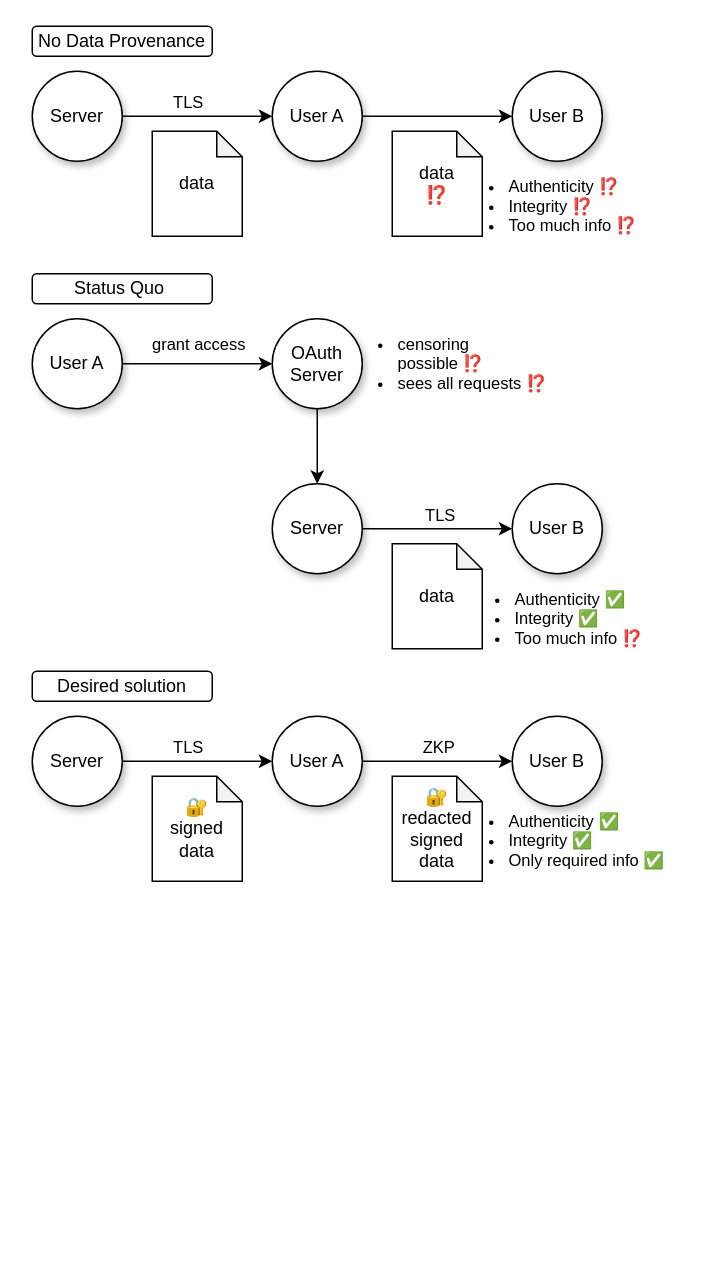
This is diagrams/data_provenance.drawio from tlsnotary/docs-mdbook, a draw.io file, before an edit. Source tidied: cells renumbered, new cells numbered last; positions are measured from the earlier drawing's top-left corner, leaving out a move shared by most shapes. Both pictures are drawn from the tidied source at 150%, with x=0, y=0 at pixel (32, 26).
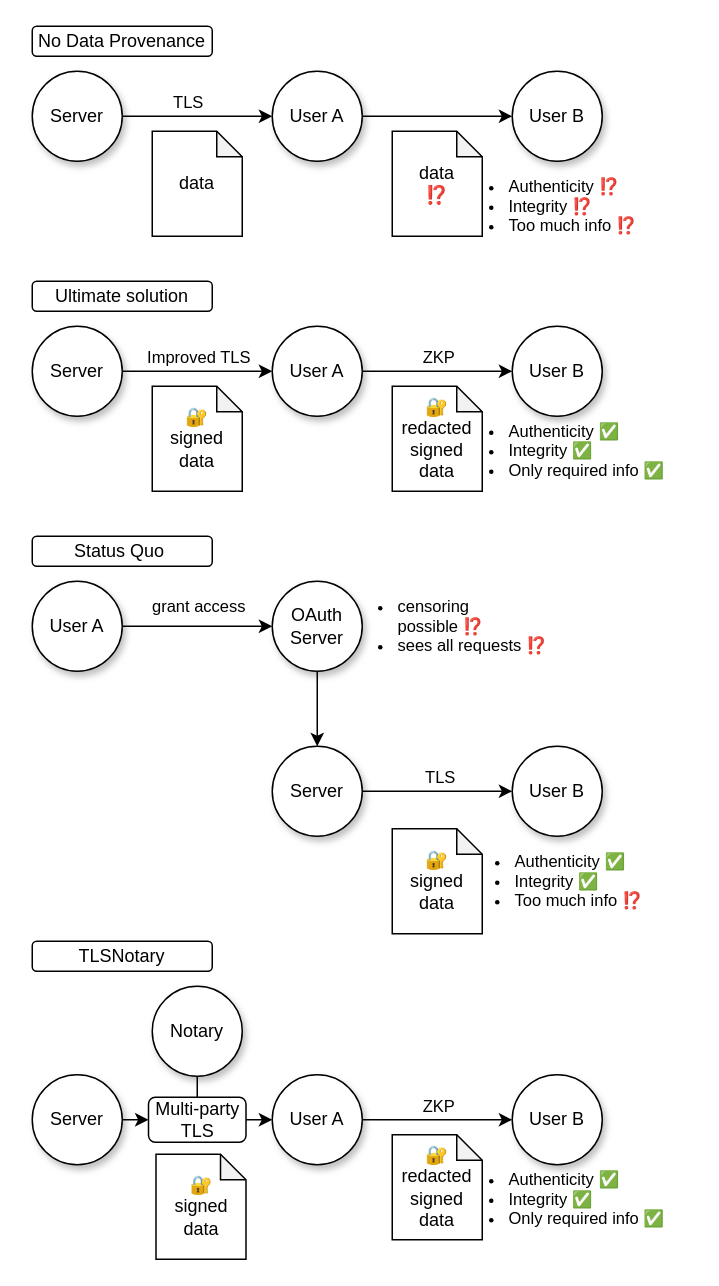
After the change.

Change to the diagram source:
```diff
@@
+    <mxCell id="33" value="No Data Provenance" style="rounded=1;whiteSpace=wrap;html=1;" parent="1" vertex="1">
+      <mxGeometry width="120" height="20" as="geometry" />
+    </mxCell>
+    <mxCell id="34" value="Status Quo&amp;nbsp;" style="rounded=1;whiteSpace=wrap;html=1;" parent="1" vertex="1">
+      <mxGeometry y="340" width="120" height="20" as="geometry" />
+    </mxCell>
+    <mxCell id="35" value="Ultimate solution" style="rounded=1;whiteSpace=wrap;html=1;" parent="1" vertex="1">
+      <mxGeometry y="170" width="120" height="20" as="geometry" />
+    </mxCell>
+    <mxCell id="36" value="TLSNotary" style="rounded=1;whiteSpace=wrap;html=1;" parent="1" vertex="1">
+      <mxGeometry y="610" width="120" height="20" as="geometry" />
+    </mxCell>
+    <mxCell id="37" style="group;" parent="1" vertex="1">
+      <mxGeometry y="30" width="412" height="120" as="geometry" />
+    </mxCell>
-    <mxCell id="2" value="Server" style="ellipse;whiteSpace=wrap;html=1;shadow=1;" parent="1" vertex="1">
-      <mxGeometry y="30" width="60" height="60" as="geometry" />
+    <mxCell id="2" value="Server" style="ellipse;whiteSpace=wrap;html=1;shadow=1;" parent="37" vertex="1">
+      <mxGeometry width="60" height="60" as="geometry" />
     </mxCell>
-    <mxCell id="3" style="edgeStyle=orthogonalEdgeStyle;rounded=0;jettySize=auto;html=1;exitX=1;exitY=0.5;exitDx=0;exitDy=0;entryX=0;entryY=0.5;entryDx=0;entryDy=0;" parent="1" edge="1" source="4" target="5">
-      <mxGeometry relative="1" as="geometry" />
-    </mxCell>
-    <mxCell id="4" value="User A" style="ellipse;whiteSpace=wrap;html=1;shadow=1;" parent="1" vertex="1">
-      <mxGeometry x="160" y="30" width="60" height="60" as="geometry" />
+    <mxCell id="4" value="User A" style="ellipse;whiteSpace=wrap;html=1;shadow=1;" parent="37" vertex="1">
+      <mxGeometry x="160" width="60" height="60" as="geometry" />
     </mxCell>
-    <mxCell id="5" value="User B" style="ellipse;whiteSpace=wrap;html=1;shadow=1;" parent="1" vertex="1">
-      <mxGeometry x="320" y="30" width="60" height="60" as="geometry" />
+    <mxCell id="5" value="User B" style="ellipse;whiteSpace=wrap;html=1;shadow=1;" parent="37" vertex="1">
+      <mxGeometry x="320" width="60" height="60" as="geometry" />
     </mxCell>
+    <mxCell id="3" style="edgeStyle=orthogonalEdgeStyle;rounded=0;jettySize=auto;html=1;exitX=1;exitY=0.5;exitDx=0;exitDy=0;entryX=0;entryY=0.5;entryDx=0;entryDy=0;" parent="37" edge="1" source="4" target="5">
+      <mxGeometry relative="1" as="geometry" />
+    </mxCell>
-    <mxCell id="6" style="endArrow=classic;html=1;rounded=0;exitX=1;exitY=0.5;exitDx=0;exitDy=0;" parent="1" edge="1" source="2" target="4">
+    <mxCell id="6" style="endArrow=classic;html=1;rounded=0;exitX=1;exitY=0.5;exitDx=0;exitDy=0;" parent="37" edge="1" source="2" target="4">
       <mxGeometry relative="1" as="geometry" />
     </mxCell>
@@
-    <mxCell id="8" value="data" style="shape=note;whiteSpace=wrap;html=1;backgroundOutline=1;darkOpacity=0.05;size=17;" parent="1" vertex="1">
-      <mxGeometry x="80" y="70" width="60" height="70" as="geometry" />
+    <mxCell id="8" value="data" style="shape=note;whiteSpace=wrap;html=1;backgroundOutline=1;darkOpacity=0.05;size=17;" parent="37" vertex="1">
+      <mxGeometry x="80" y="40" width="60" height="70" as="geometry" />
     </mxCell>
-    <mxCell id="9" value="data&lt;br&gt;⁉️" style="shape=note;whiteSpace=wrap;html=1;backgroundOutline=1;darkOpacity=0.05;size=17;" parent="1" vertex="1">
-      <mxGeometry x="240" y="70" width="60" height="70" as="geometry" />
+    <mxCell id="9" value="data&lt;br&gt;⁉️" style="shape=note;whiteSpace=wrap;html=1;backgroundOutline=1;darkOpacity=0.05;size=17;" parent="37" vertex="1">
+      <mxGeometry x="240" y="40" width="60" height="70" as="geometry" />
     </mxCell>
-    <mxCell id="10" value="&lt;ul style=&quot;font-size: 11px;&quot;&gt;&lt;li&gt;Authenticity ⁉️&lt;/li&gt;&lt;li style=&quot;border-color: var(--border-color);&quot;&gt;Integrity ⁉️&lt;/li&gt;&lt;li&gt;&lt;span style=&quot;background-color: initial;&quot;&gt;Too much info&amp;nbsp;&lt;/span&gt;⁉️&lt;br&gt;&lt;/li&gt;&lt;/ul&gt;" style="rounded=0;whiteSpace=wrap;html=1;align=left;fillColor=none;strokeColor=none;horizontal=1;" parent="1" vertex="1">
-      <mxGeometry x="276" y="90" width="136" height="60" as="geometry" />
+    <mxCell id="10" value="&lt;ul style=&quot;font-size: 11px;&quot;&gt;&lt;li&gt;Authenticity ⁉️&lt;/li&gt;&lt;li style=&quot;border-color: var(--border-color);&quot;&gt;Integrity ⁉️&lt;/li&gt;&lt;li&gt;&lt;span style=&quot;background-color: initial;&quot;&gt;Too much info&amp;nbsp;&lt;/span&gt;⁉️&lt;br&gt;&lt;/li&gt;&lt;/ul&gt;" style="rounded=0;whiteSpace=wrap;html=1;align=left;fillColor=none;strokeColor=none;horizontal=1;" parent="37" vertex="1">
+      <mxGeometry x="276" y="60" width="136" height="60" as="geometry" />
     </mxCell>
+    <mxCell id="38" style="group;" parent="1" vertex="1">
+      <mxGeometry y="200" width="440" height="113" as="geometry" />
+    </mxCell>
+    <mxCell id="23" value="Server" style="ellipse;whiteSpace=wrap;html=1;shadow=1;" parent="38" vertex="1">
+      <mxGeometry width="60" height="60" as="geometry" />
+    </mxCell>
+    <mxCell id="26" value="User A" style="ellipse;whiteSpace=wrap;html=1;shadow=1;" parent="38" vertex="1">
+      <mxGeometry x="160" width="60" height="60" as="geometry" />
+    </mxCell>
+    <mxCell id="27" value="User B" style="ellipse;whiteSpace=wrap;html=1;shadow=1;" parent="38" vertex="1">
+      <mxGeometry x="320" width="60" height="60" as="geometry" />
+    </mxCell>
+    <mxCell id="24" style="edgeStyle=orthogonalEdgeStyle;rounded=0;jettySize=auto;html=1;exitX=1;exitY=0.5;exitDx=0;exitDy=0;entryX=0;entryY=0.5;entryDx=0;entryDy=0;" parent="38" edge="1" source="26" target="27">
+      <mxGeometry relative="1" as="geometry" />
+    </mxCell>
+    <mxCell id="25" value="ZKP" style="edgeLabel;html=1;align=center;verticalAlign=middle;" parent="24" vertex="1">
+      <mxGeometry x="-0.24" y="1" relative="1" as="geometry">
+        <mxPoint x="12" y="-9" as="offset" />
+      </mxGeometry>
+    </mxCell>
+    <mxCell id="28" style="endArrow=classic;html=1;rounded=0;exitX=1;exitY=0.5;exitDx=0;exitDy=0;" parent="38" edge="1" source="23" target="26">
+      <mxGeometry relative="1" as="geometry" />
+    </mxCell>
+    <mxCell id="29" value="Improved TLS" style="edgeLabel;html=1;align=center;verticalAlign=middle;" parent="28" vertex="1">
+      <mxGeometry x="-0.15" y="-1" relative="1" as="geometry">
+        <mxPoint x="7" y="-11" as="offset" />
+      </mxGeometry>
+    </mxCell>
+    <mxCell id="30" value="🔐&lt;br&gt;signed&lt;br&gt;data&lt;br&gt;" style="shape=note;whiteSpace=wrap;html=1;backgroundOutline=1;darkOpacity=0.05;size=17;" parent="38" vertex="1">
+      <mxGeometry x="80" y="40" width="60" height="70" as="geometry" />
+    </mxCell>
+    <mxCell id="31" value="🔐redacted&lt;br&gt;signed&lt;br style=&quot;border-color: var(--border-color);&quot;&gt;data" style="shape=note;whiteSpace=wrap;html=1;backgroundOutline=1;darkOpacity=0.05;size=17;" parent="38" vertex="1">
+      <mxGeometry x="240" y="40" width="60" height="70" as="geometry" />
+    </mxCell>
+    <mxCell id="32" value="&lt;ul style=&quot;font-size: 11px;&quot;&gt;&lt;li style=&quot;border-color: var(--border-color);&quot;&gt;Authenticity ✅&lt;/li&gt;&lt;li style=&quot;border-color: var(--border-color);&quot;&gt;Integrity&amp;nbsp;✅&lt;/li&gt;&lt;li style=&quot;border-color: var(--border-color);&quot;&gt;Only required info&amp;nbsp;✅&lt;br&gt;&lt;/li&gt;&lt;/ul&gt;" style="rounded=0;whiteSpace=wrap;html=1;align=left;fillColor=none;strokeColor=none;horizontal=1;" parent="38" vertex="1">
+      <mxGeometry x="276" y="53" width="164" height="60" as="geometry" />
+    </mxCell>
+    <mxCell id="39" style="group;" parent="1" vertex="1">
+      <mxGeometry y="370" width="416" height="235" as="geometry" />
+    </mxCell>
-    <mxCell id="11" value="&lt;ul style=&quot;font-size: 11px;&quot;&gt;&lt;li&gt;Authenticity ✅&lt;/li&gt;&lt;li style=&quot;border-color: var(--border-color);&quot;&gt;Integrity&amp;nbsp;✅&lt;/li&gt;&lt;li&gt;&lt;span style=&quot;background-color: initial;&quot;&gt;Too much info&amp;nbsp;&lt;/span&gt;⁉️&lt;br&gt;&lt;/li&gt;&lt;/ul&gt;" style="rounded=0;whiteSpace=wrap;html=1;align=left;fillColor=none;strokeColor=none;horizontal=1;" parent="1" vertex="1">
-      <mxGeometry x="280" y="365" width="136" height="60" as="geometry" />
+    <mxCell id="11" value="&lt;ul style=&quot;font-size: 11px;&quot;&gt;&lt;li&gt;Authenticity ✅&lt;/li&gt;&lt;li style=&quot;border-color: var(--border-color);&quot;&gt;Integrity&amp;nbsp;✅&lt;/li&gt;&lt;li&gt;&lt;span style=&quot;background-color: initial;&quot;&gt;Too much info&amp;nbsp;&lt;/span&gt;⁉️&lt;br&gt;&lt;/li&gt;&lt;/ul&gt;" style="rounded=0;whiteSpace=wrap;html=1;align=left;fillColor=none;strokeColor=none;horizontal=1;" parent="39" vertex="1">
+      <mxGeometry x="280" y="170" width="136" height="60" as="geometry" />
     </mxCell>
-    <mxCell id="12" value="Server" style="ellipse;whiteSpace=wrap;html=1;shadow=1;" parent="1" vertex="1">
-      <mxGeometry x="160" y="305" width="60" height="60" as="geometry" />
+    <mxCell id="12" value="Server" style="ellipse;whiteSpace=wrap;html=1;shadow=1;" parent="39" vertex="1">
+      <mxGeometry x="160" y="110" width="60" height="60" as="geometry" />
     </mxCell>
-    <mxCell id="13" style="rounded=0;jettySize=auto;html=1;exitX=1;exitY=0.5;exitDx=0;exitDy=0;entryX=0;entryY=0.5;entryDx=0;entryDy=0;" parent="1" edge="1" source="12" target="16">
+    <mxCell id="13" style="rounded=0;jettySize=auto;html=1;exitX=1;exitY=0.5;exitDx=0;exitDy=0;entryX=0;entryY=0.5;entryDx=0;entryDy=0;" parent="39" edge="1" source="12" target="16">
       <mxGeometry relative="1" as="geometry" />
     </mxCell>
@@
-    <mxCell id="15" value="User A" style="ellipse;whiteSpace=wrap;html=1;shadow=1;" parent="1" vertex="1">
-      <mxGeometry y="195" width="60" height="60" as="geometry" />
+    <mxCell id="15" value="User A" style="ellipse;whiteSpace=wrap;html=1;shadow=1;" parent="39" vertex="1">
+      <mxGeometry width="60" height="60" as="geometry" />
     </mxCell>
-    <mxCell id="16" value="User B" style="ellipse;whiteSpace=wrap;html=1;shadow=1;" parent="1" vertex="1">
-      <mxGeometry x="320" y="305" width="60" height="60" as="geometry" />
+    <mxCell id="16" value="User B" style="ellipse;whiteSpace=wrap;html=1;shadow=1;" parent="39" vertex="1">
+      <mxGeometry x="320" y="110" width="60" height="60" as="geometry" />
     </mxCell>
-    <mxCell id="17" style="endArrow=none;html=1;rounded=0;startArrow=classic;startFill=1;endFill=0;" parent="1" edge="1" source="21" target="15">
+    <mxCell id="17" style="endArrow=none;html=1;rounded=0;startArrow=classic;startFill=1;endFill=0;" parent="39" edge="1" source="21" target="15">
       <mxGeometry relative="1" as="geometry" />
     </mxCell>
@@
-    <mxCell id="19" value="data" style="shape=note;whiteSpace=wrap;html=1;backgroundOutline=1;darkOpacity=0.05;size=17;" parent="1" vertex="1">
-      <mxGeometry x="240" y="345" width="60" height="70" as="geometry" />
-    </mxCell>
-    <mxCell id="20" style="edgeStyle=orthogonalEdgeStyle;rounded=0;jettySize=auto;html=1;exitX=0.5;exitY=1;exitDx=0;exitDy=0;entryX=0.5;entryY=0;entryDx=0;entryDy=0;" parent="1" edge="1" source="21" target="12">
+    <mxCell id="20" style="edgeStyle=orthogonalEdgeStyle;rounded=0;jettySize=auto;html=1;exitX=0.5;exitY=1;exitDx=0;exitDy=0;entryX=0.5;entryY=0;entryDx=0;entryDy=0;" parent="39" edge="1" source="21" target="12">
       <mxGeometry relative="1" as="geometry" />
     </mxCell>
-    <mxCell id="21" value="OAuth&lt;br&gt;Server" style="ellipse;whiteSpace=wrap;html=1;shadow=1;" parent="1" vertex="1">
-      <mxGeometry x="160" y="195" width="60" height="60" as="geometry" />
+    <mxCell id="21" value="OAuth&lt;br&gt;Server" style="ellipse;whiteSpace=wrap;html=1;shadow=1;" parent="39" vertex="1">
+      <mxGeometry x="160" width="60" height="60" as="geometry" />
     </mxCell>
-    <mxCell id="22" value="&lt;ul style=&quot;font-size: 11px;&quot;&gt;&lt;li&gt;&lt;span style=&quot;background-color: initial;&quot;&gt;censoring possible&lt;/span&gt;&amp;nbsp;⁉️&lt;/li&gt;&lt;li&gt;&lt;span style=&quot;background-color: initial;&quot;&gt;sees all requests&lt;/span&gt;&amp;nbsp;⁉️&lt;/li&gt;&lt;/ul&gt;" style="rounded=0;whiteSpace=wrap;html=1;align=left;fillColor=none;strokeColor=none;horizontal=1;" parent="1" vertex="1">
-      <mxGeometry x="202" y="205" width="148" height="40" as="geometry" />
+    <mxCell id="22" value="&lt;ul style=&quot;font-size: 11px;&quot;&gt;&lt;li&gt;&lt;span style=&quot;background-color: initial;&quot;&gt;censoring possible&lt;/span&gt;&amp;nbsp;⁉️&lt;/li&gt;&lt;li&gt;&lt;span style=&quot;background-color: initial;&quot;&gt;sees all requests&lt;/span&gt;&amp;nbsp;⁉️&lt;/li&gt;&lt;/ul&gt;" style="rounded=0;whiteSpace=wrap;html=1;align=left;fillColor=none;strokeColor=none;horizontal=1;" parent="39" vertex="1">
+      <mxGeometry x="202" y="10" width="148" height="40" as="geometry" />
     </mxCell>
-    <mxCell id="23" value="Server" style="ellipse;whiteSpace=wrap;html=1;shadow=1;" parent="1" vertex="1">
-      <mxGeometry y="460" width="60" height="60" as="geometry" />
-    </mxCell>
-    <mxCell id="24" style="edgeStyle=orthogonalEdgeStyle;rounded=0;jettySize=auto;html=1;exitX=1;exitY=0.5;exitDx=0;exitDy=0;entryX=0;entryY=0.5;entryDx=0;entryDy=0;" parent="1" edge="1" source="26" target="27">
-      <mxGeometry relative="1" as="geometry" />
-    </mxCell>
-    <mxCell id="25" value="ZKP" style="edgeLabel;html=1;align=center;verticalAlign=middle;" parent="24" vertex="1">
-      <mxGeometry x="-0.24" y="1" relative="1" as="geometry">
-        <mxPoint x="12" y="-9" as="offset" />
-      </mxGeometry>
-    </mxCell>
-    <mxCell id="26" value="User A" style="ellipse;whiteSpace=wrap;html=1;shadow=1;" parent="1" vertex="1">
-      <mxGeometry x="160" y="460" width="60" height="60" as="geometry" />
-    </mxCell>
-    <mxCell id="27" value="User B" style="ellipse;whiteSpace=wrap;html=1;shadow=1;" parent="1" vertex="1">
-      <mxGeometry x="320" y="460" width="60" height="60" as="geometry" />
-    </mxCell>
-    <mxCell id="28" style="endArrow=classic;html=1;rounded=0;exitX=1;exitY=0.5;exitDx=0;exitDy=0;" parent="1" edge="1" source="23" target="26">
-      <mxGeometry relative="1" as="geometry" />
-    </mxCell>
-    <mxCell id="29" value="TLS" style="edgeLabel;html=1;align=center;verticalAlign=middle;" parent="28" vertex="1">
-      <mxGeometry x="-0.15" y="-1" relative="1" as="geometry">
-        <mxPoint y="-11" as="offset" />
-      </mxGeometry>
-    </mxCell>
-    <mxCell id="30" value="🔐&lt;br&gt;signed&lt;br&gt;data&lt;br&gt;" style="shape=note;whiteSpace=wrap;html=1;backgroundOutline=1;darkOpacity=0.05;size=17;" parent="1" vertex="1">
-      <mxGeometry x="80" y="500" width="60" height="70" as="geometry" />
-    </mxCell>
-    <mxCell id="31" value="🔐redacted&lt;br&gt;signed&lt;br style=&quot;border-color: var(--border-color);&quot;&gt;data" style="shape=note;whiteSpace=wrap;html=1;backgroundOutline=1;darkOpacity=0.05;size=17;" parent="1" vertex="1">
-      <mxGeometry x="240" y="500" width="60" height="70" as="geometry" />
-    </mxCell>
-    <mxCell id="32" value="&lt;ul style=&quot;font-size: 11px;&quot;&gt;&lt;li style=&quot;border-color: var(--border-color);&quot;&gt;Authenticity ✅&lt;/li&gt;&lt;li style=&quot;border-color: var(--border-color);&quot;&gt;Integrity&amp;nbsp;✅&lt;/li&gt;&lt;li style=&quot;border-color: var(--border-color);&quot;&gt;Only required info&amp;nbsp;✅&lt;br&gt;&lt;/li&gt;&lt;/ul&gt;" style="rounded=0;whiteSpace=wrap;html=1;align=left;fillColor=none;strokeColor=none;horizontal=1;" parent="1" vertex="1">
-      <mxGeometry x="276" y="513" width="164" height="60" as="geometry" />
-    </mxCell>
-    <mxCell id="33" value="No Data Provenance" style="rounded=1;whiteSpace=wrap;html=1;" parent="1" vertex="1">
-      <mxGeometry width="120" height="20" as="geometry" />
-    </mxCell>
-    <mxCell id="34" value="Status Quo&amp;nbsp;" style="rounded=1;whiteSpace=wrap;html=1;" parent="1" vertex="1">
-      <mxGeometry y="165" width="120" height="20" as="geometry" />
-    </mxCell>
-    <mxCell id="35" value="Desired solution" style="rounded=1;whiteSpace=wrap;html=1;" parent="1" vertex="1">
-      <mxGeometry y="430" width="120" height="20" as="geometry" />
-    </mxCell>
+    <mxCell id="40" value="🔐&lt;br&gt;signed&lt;br&gt;data&lt;br&gt;" style="shape=note;whiteSpace=wrap;html=1;backgroundOutline=1;darkOpacity=0.05;size=17;" parent="39" vertex="1">
+      <mxGeometry x="240" y="165" width="60" height="70" as="geometry" />
+    </mxCell>
+    <mxCell id="41" style="group;" parent="1" vertex="1">
+      <mxGeometry y="640" width="440" height="182" as="geometry" />
+    </mxCell>
+    <mxCell id="42" value="Server" style="ellipse;whiteSpace=wrap;html=1;shadow=1;" parent="41" vertex="1">
+      <mxGeometry y="59" width="60" height="60" as="geometry" />
+    </mxCell>
+    <mxCell id="43" value="User A" style="ellipse;whiteSpace=wrap;html=1;shadow=1;" parent="41" vertex="1">
+      <mxGeometry x="160" y="59" width="60" height="60" as="geometry" />
+    </mxCell>
+    <mxCell id="44" value="User B" style="ellipse;whiteSpace=wrap;html=1;shadow=1;" parent="41" vertex="1">
+      <mxGeometry x="320" y="59" width="60" height="60" as="geometry" />
+    </mxCell>
+    <mxCell id="45" style="edgeStyle=orthogonalEdgeStyle;rounded=0;jettySize=auto;html=1;exitX=1;exitY=0.5;exitDx=0;exitDy=0;entryX=0;entryY=0.5;entryDx=0;entryDy=0;" parent="41" edge="1" source="43" target="44">
+      <mxGeometry relative="1" as="geometry" />
+    </mxCell>
+    <mxCell id="46" value="ZKP" style="edgeLabel;html=1;align=center;verticalAlign=middle;" parent="45" vertex="1">
+      <mxGeometry x="-0.24" y="1" relative="1" as="geometry">
+        <mxPoint x="12" y="-9" as="offset" />
+      </mxGeometry>
+    </mxCell>
+    <mxCell id="47" value="🔐&lt;br&gt;signed&lt;br&gt;data&lt;br&gt;" style="shape=note;whiteSpace=wrap;html=1;backgroundOutline=1;darkOpacity=0.05;size=17;" parent="41" vertex="1">
+      <mxGeometry x="82.5" y="112" width="60" height="70" as="geometry" />
+    </mxCell>
+    <mxCell id="48" value="🔐redacted&lt;br&gt;signed&lt;br style=&quot;border-color: var(--border-color);&quot;&gt;data" style="shape=note;whiteSpace=wrap;html=1;backgroundOutline=1;darkOpacity=0.05;size=17;" parent="41" vertex="1">
+      <mxGeometry x="240" y="99" width="60" height="70" as="geometry" />
+    </mxCell>
+    <mxCell id="49" value="&lt;ul style=&quot;font-size: 11px;&quot;&gt;&lt;li style=&quot;border-color: var(--border-color);&quot;&gt;Authenticity ✅&lt;/li&gt;&lt;li style=&quot;border-color: var(--border-color);&quot;&gt;Integrity&amp;nbsp;✅&lt;/li&gt;&lt;li style=&quot;border-color: var(--border-color);&quot;&gt;Only required info&amp;nbsp;✅&lt;br&gt;&lt;/li&gt;&lt;/ul&gt;" style="rounded=0;whiteSpace=wrap;html=1;align=left;fillColor=none;strokeColor=none;horizontal=1;" parent="41" vertex="1">
+      <mxGeometry x="276" y="112" width="164" height="60" as="geometry" />
+    </mxCell>
+    <mxCell id="50" value="Notary" style="ellipse;whiteSpace=wrap;html=1;shadow=1;" parent="41" vertex="1">
+      <mxGeometry x="80" width="60" height="60" as="geometry" />
+    </mxCell>
+    <mxCell id="51" style="edgeStyle=orthogonalEdgeStyle;rounded=0;jettySize=auto;html=1;exitX=1;exitY=0.5;exitDx=0;exitDy=0;entryX=0;entryY=0.5;entryDx=0;entryDy=0;" parent="41" edge="1" source="52" target="43">
+      <mxGeometry relative="1" as="geometry" />
+    </mxCell>
+    <mxCell id="52" value="Multi-party TLS" style="rounded=1;whiteSpace=wrap;html=1;" parent="41" vertex="1">
+      <mxGeometry x="77.5" y="74" width="65" height="30" as="geometry" />
+    </mxCell>
+    <mxCell id="53" style="edgeStyle=orthogonalEdgeStyle;rounded=0;jettySize=auto;html=1;exitX=1;exitY=0.5;exitDx=0;exitDy=0;entryX=0;entryY=0.5;entryDx=0;entryDy=0;" parent="41" edge="1" source="42" target="52">
+      <mxGeometry relative="1" as="geometry" />
+    </mxCell>
+    <mxCell id="54" style="edgeStyle=orthogonalEdgeStyle;rounded=0;jettySize=auto;html=1;exitX=0.5;exitY=1;exitDx=0;exitDy=0;entryX=0.5;entryY=0;entryDx=0;entryDy=0;startArrow=none;startFill=0;endArrow=none;endFill=0;" parent="41" edge="1" source="50" target="52">
+      <mxGeometry relative="1" as="geometry" />
+    </mxCell>
```
